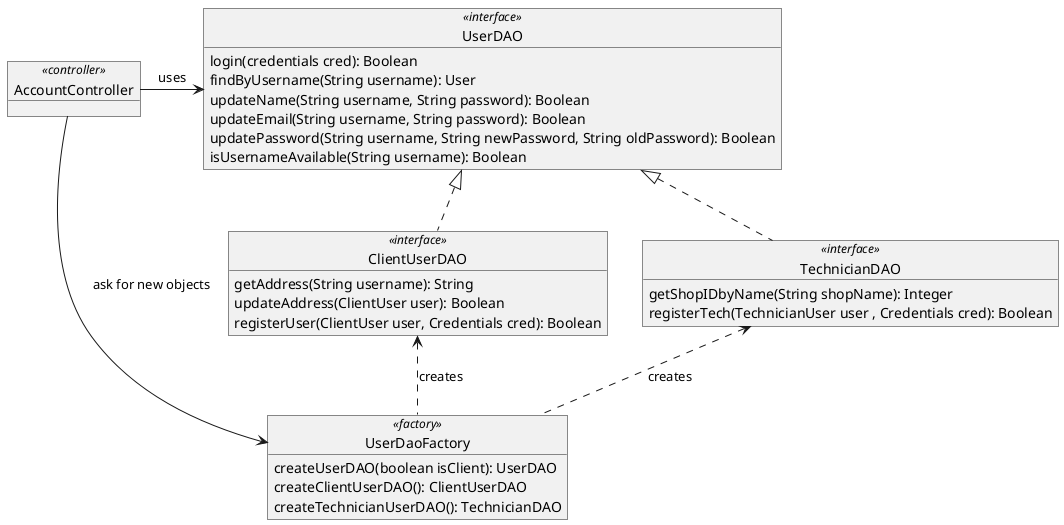
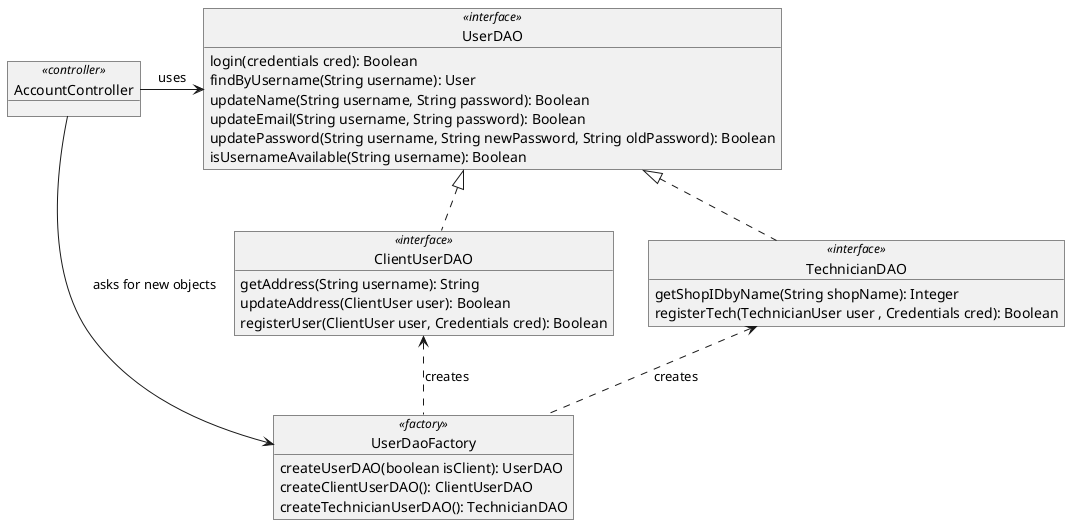
@startuml

object UserDAO <<interface>> {
    login(credentials cred): Boolean
    findByUsername(String username): User
    updateName(String username, String password): Boolean
    updateEmail(String username, String password): Boolean
    updatePassword(String username, String newPassword, String oldPassword): Boolean
    isUsernameAvailable(String username): Boolean

}

object ClientUserDAO <<interface>>{
    getAddress(String username): String
    updateAddress(ClientUser user): Boolean
    registerUser(ClientUser user, Credentials cred): Boolean
}

object TechnicianDAO <<interface>>{
    getShopIDbyName(String shopName): Integer
    registerTech(TechnicianUser user , Credentials cred): Boolean

}

object UserDaoFactory <<factory>>{
    createUserDAO(boolean isClient): UserDAO
    createClientUserDAO(): ClientUserDAO
    createTechnicianUserDAO(): TechnicianDAO
}

object AccountController <<controller>>{

}

- AccountController -r-> UserDaoFactory: ask for new objects
+ AccountController -r-> UserDaoFactory: asks for new objects
AccountController -r-> UserDAO: uses
UserDaoFactory .u.> ClientUserDAO : creates
UserDaoFactory .u.> TechnicianDAO : creates




UserDAO <|.. ClientUserDAO
UserDAO <|.. TechnicianDAO


@enduml